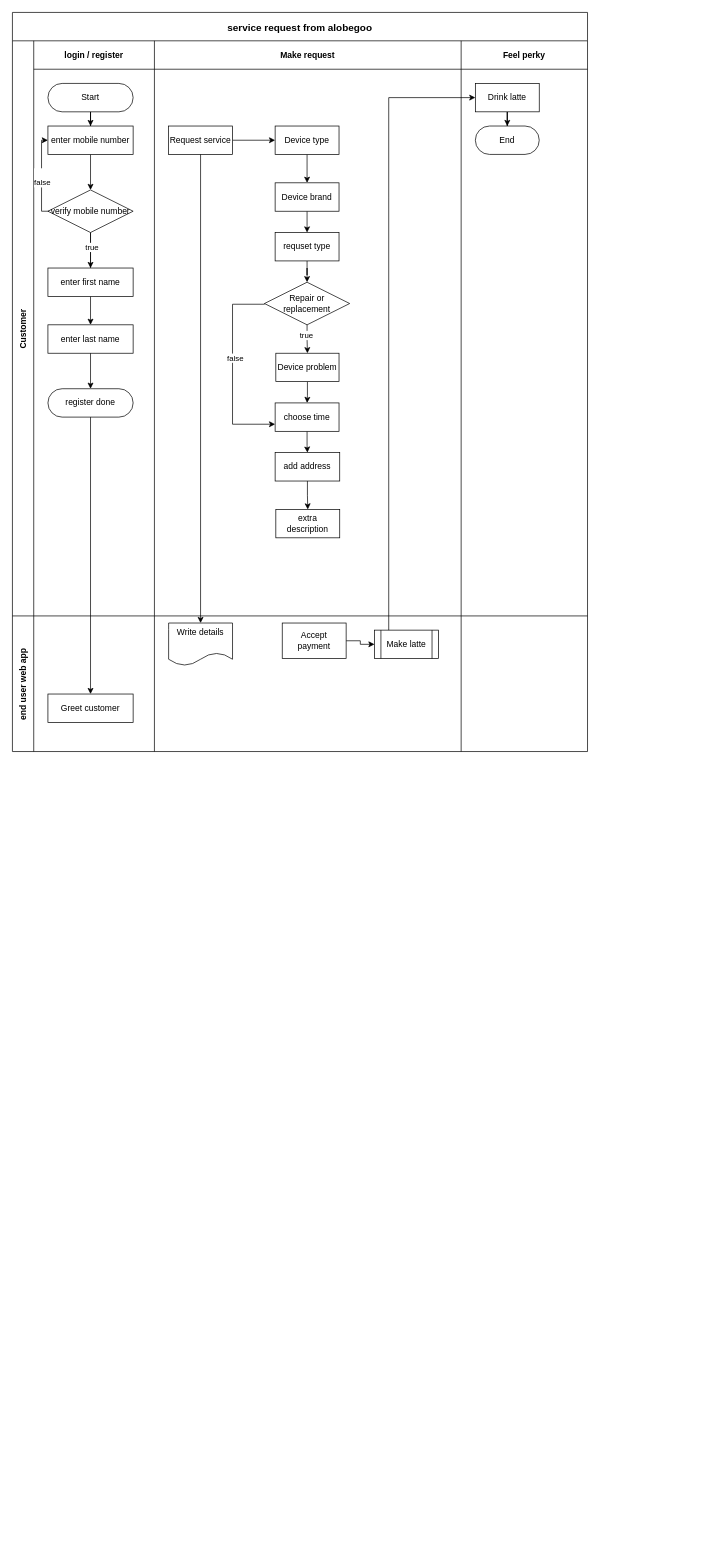
Before: Untitled Diagram.drawio in reyhanehSP/pwaTech, a draw.io diagram. Source tidied: cells renumbered, new cells numbered last; positions are measured from the earlier drawing's top-left corner, leaving out a move shared by most shapes. Both pictures are drawn from the tidied source at 71%, with x=0, y=0 at pixel (12, 12).
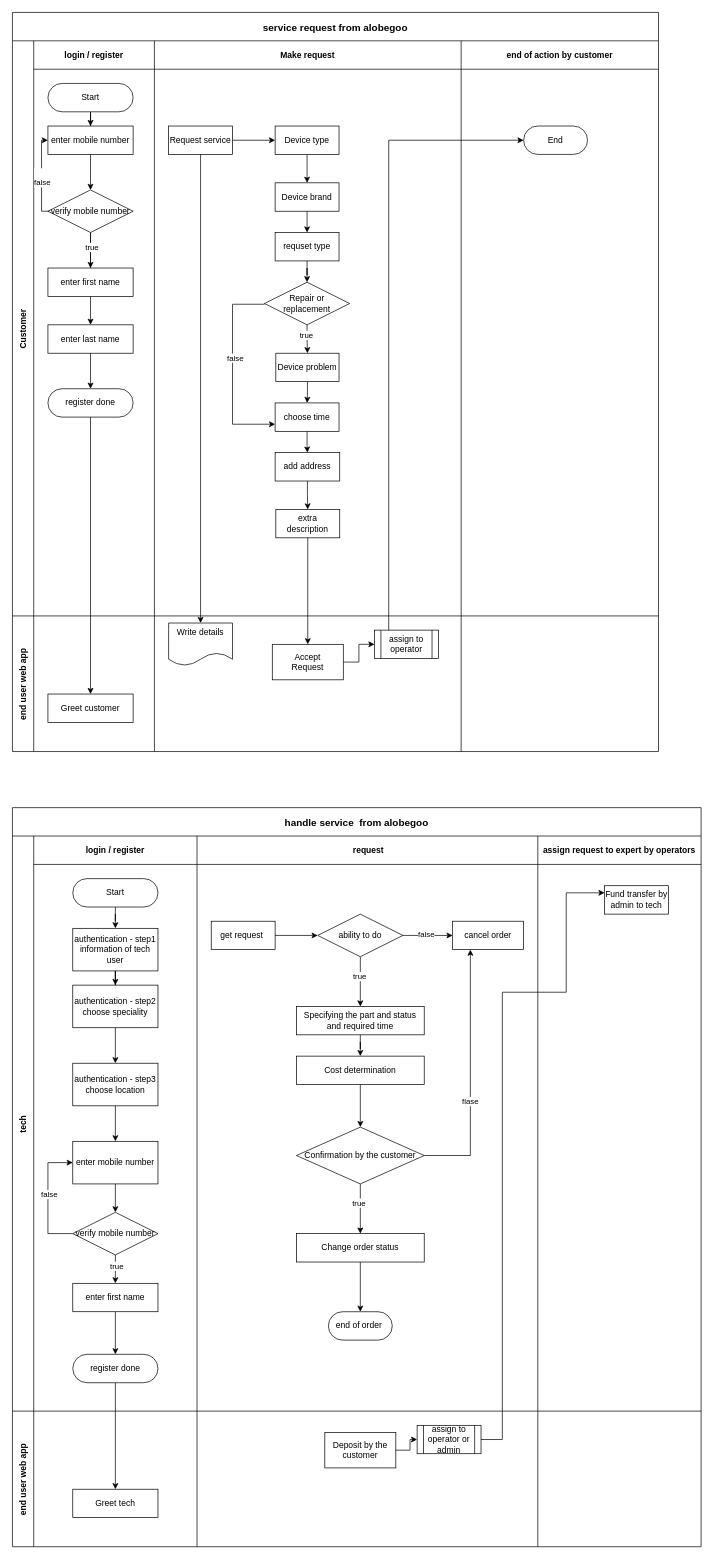
The same page after the edit.

Unchanged cells that the change refers to:
```xml
<mxCell id="39" value="extra description" style="whiteSpace=wrap;html=1;align=center;" parent="19" vertex="1">
  <mxGeometry x="171" y="660" width="90" height="40" as="geometry" />
</mxCell>
<mxCell id="47" style="swimlane;swimlaneHead=0;swimlaneBody=0;fillColor=none;startSize=0;fontStyle=1;" parent="44" vertex="1">
  <mxGeometry x="200" width="432" height="191" as="geometry" />
</mxCell>
```

Change to the diagram source:
```diff
@@
     <mxCell id="2" value="service request from alobegoo" style="shape=table;childLayout=tableLayout;startSize=40;fillColor=none;fontStyle=1;fontSize=14;" parent="1" vertex="1">
-      <mxGeometry width="810" height="1041" as="geometry" />
+      <mxGeometry width="910" height="1041" as="geometry" />
     </mxCell>
     <mxCell id="3" value="Customer" style="shape=tableRow;horizontal=0;swimlaneHead=0;swimlaneBody=0;top=0;left=0;bottom=0;right=0;fillColor=none;startSize=30;fontStyle=1;" parent="2" vertex="1">
-      <mxGeometry y="40" width="810" height="810" as="geometry" />
+      <mxGeometry y="40" width="910" height="810" as="geometry" />
     </mxCell>
@@
-    <mxCell id="40" value="Feel perky" style="swimlane;swimlaneHead=0;swimlaneBody=0;fillColor=none;startSize=40;fontStyle=1;" parent="3" vertex="1">
-      <mxGeometry x="632" width="178" height="810" as="geometry" />
+    <mxCell id="40" value="end of action by customer" style="swimlane;swimlaneHead=0;swimlaneBody=0;fillColor=none;startSize=40;fontStyle=1;" parent="3" vertex="1">
+      <mxGeometry x="632" width="278" height="810" as="geometry" />
     </mxCell>
-    <mxCell id="41" style="edgeStyle=orthogonalEdgeStyle;rounded=0;jettySize=auto;html=1;" parent="40" edge="1" source="42" target="43">
-      <mxGeometry relative="1" as="geometry" />
-    </mxCell>
-    <mxCell id="42" value="Drink latte" style="rounded=0;whiteSpace=wrap;html=1;" parent="40" vertex="1">
-      <mxGeometry x="20" y="60" width="90" height="40" as="geometry" />
-    </mxCell>
     <mxCell id="43" value="End" style="rounded=1;whiteSpace=wrap;html=1;arcSize=50;" parent="40" vertex="1">
-      <mxGeometry x="20" y="120" width="90" height="40" as="geometry" />
+      <mxGeometry x="88" y="120" width="90" height="40" as="geometry" />
     </mxCell>
     <mxCell id="44" value="end user web app" style="shape=tableRow;horizontal=0;swimlaneHead=0;swimlaneBody=0;top=0;left=0;bottom=0;right=0;fillColor=none;startSize=30;fontStyle=1;" parent="2" vertex="1">
-      <mxGeometry y="850" width="810" height="191" as="geometry" />
+      <mxGeometry y="850" width="910" height="191" as="geometry" />
     </mxCell>
@@
-    <mxCell id="49" value="Accept&lt;br&gt;payment" style="rounded=0;whiteSpace=wrap;html=1;" parent="47" vertex="1">
-      <mxGeometry x="180" y="10" width="90" height="50" as="geometry" />
+    <mxCell id="49" value="Accept&lt;br&gt;Request" style="rounded=0;whiteSpace=wrap;html=1;" parent="47" vertex="1">
+      <mxGeometry x="166" y="40" width="100" height="50" as="geometry" />
     </mxCell>
@@
-    <mxCell id="51" value="Make latte" style="shape=process;whiteSpace=wrap;html=1;backgroundOutline=1;" parent="47" vertex="1">
+    <mxCell id="51" value="assign to operator" style="shape=process;whiteSpace=wrap;html=1;backgroundOutline=1;" parent="47" vertex="1">
       <mxGeometry x="310" y="20" width="90" height="40" as="geometry" />
     </mxCell>
     <mxCell id="52" style="swimlane;swimlaneHead=0;swimlaneBody=0;fillColor=none;startSize=0;fontStyle=1;" parent="44" vertex="1">
-      <mxGeometry x="632" width="178" height="191" as="geometry" />
+      <mxGeometry x="632" width="278" height="191" as="geometry" />
     </mxCell>
@@
-    <mxCell id="54" style="edgeStyle=orthogonalEdgeStyle;rounded=0;jettySize=auto;html=1;" parent="2" edge="1" source="51" target="42">
+    <mxCell id="54" style="edgeStyle=orthogonalEdgeStyle;rounded=0;jettySize=auto;html=1;entryX=0;entryY=0.5;entryDx=0;entryDy=0;" parent="2" edge="1" source="51" target="43">
       <mxGeometry relative="1" as="geometry">
         <Array as="points">
-          <mxPoint x="530" y="260" />
-          <mxPoint x="530" y="120" />
+          <mxPoint x="530" y="180" />
         </Array>
       </mxGeometry>
     </mxCell>
@@
+    <mxCell id="56" style="edgeStyle=orthogonalEdgeStyle;rounded=0;jettySize=auto;html=1;entryX=0.5;entryY=0;entryDx=0;entryDy=0;" parent="2" edge="1" source="39" target="49">
+      <mxGeometry relative="1" as="geometry">
+        <Array as="points">
+          <mxPoint x="416" y="850" />
+          <mxPoint x="416" y="850" />
+        </Array>
+      </mxGeometry>
+    </mxCell>
+    <mxCell id="57" value="handle service  from alobegoo" style="shape=table;childLayout=tableLayout;startSize=40;fillColor=none;fontStyle=1;fontSize=14;" parent="1" vertex="1">
+      <mxGeometry y="1120" width="970" height="1041" as="geometry" />
+    </mxCell>
+    <mxCell id="58" value="tech" style="shape=tableRow;horizontal=0;swimlaneHead=0;swimlaneBody=0;top=0;left=0;bottom=0;right=0;fillColor=none;startSize=30;fontStyle=1;" parent="57" vertex="1">
+      <mxGeometry y="40" width="970" height="810" as="geometry" />
+    </mxCell>
+    <mxCell id="59" value="login / register" style="swimlane;swimlaneHead=0;swimlaneBody=0;fillColor=none;startSize=40;fontStyle=1;" parent="58" vertex="1">
+      <mxGeometry x="30" width="230" height="810" as="geometry" />
+    </mxCell>
+    <mxCell id="60" style="edgeStyle=orthogonalEdgeStyle;rounded=0;jettySize=auto;html=1;" parent="59" edge="1" source="61" target="63">
+      <mxGeometry relative="1" as="geometry" />
+    </mxCell>
+    <mxCell id="61" value="Start" style="rounded=1;whiteSpace=wrap;html=1;arcSize=50;" parent="59" vertex="1">
+      <mxGeometry x="55" y="60" width="120" height="40" as="geometry" />
+    </mxCell>
+    <mxCell id="62" style="edgeStyle=orthogonalEdgeStyle;rounded=0;jettySize=auto;html=1;" parent="59" edge="1" source="63" target="68">
+      <mxGeometry relative="1" as="geometry" />
+    </mxCell>
+    <mxCell id="63" value="authentication - step1&lt;div&gt;information of tech user&lt;/div&gt;" style="rounded=0;whiteSpace=wrap;html=1;" parent="59" vertex="1">
+      <mxGeometry x="55" y="130" width="120" height="60" as="geometry" />
+    </mxCell>
+    <mxCell id="64" style="edgeStyle=orthogonalEdgeStyle;rounded=0;jettySize=auto;html=1;" parent="59" edge="1" source="65" target="66">
+      <mxGeometry relative="1" as="geometry" />
+    </mxCell>
+    <mxCell id="65" value="enter first name" style="whiteSpace=wrap;html=1;rounded=0;" parent="59" vertex="1">
+      <mxGeometry x="55" y="630" width="120" height="40" as="geometry" />
+    </mxCell>
+    <mxCell id="66" value="register done" style="rounded=1;whiteSpace=wrap;html=1;arcSize=50;" parent="59" vertex="1">
+      <mxGeometry x="55" y="730" width="120" height="40" as="geometry" />
+    </mxCell>
+    <mxCell id="67" style="edgeStyle=orthogonalEdgeStyle;rounded=0;jettySize=auto;html=1;" parent="59" edge="1" source="68" target="70">
+      <mxGeometry relative="1" as="geometry" />
+    </mxCell>
+    <mxCell id="68" value="authentication - step2&lt;div&gt;choose speciality&lt;/div&gt;" style="rounded=0;whiteSpace=wrap;html=1;" parent="59" vertex="1">
+      <mxGeometry x="55" y="210" width="120" height="60" as="geometry" />
+    </mxCell>
+    <mxCell id="69" style="edgeStyle=orthogonalEdgeStyle;rounded=0;jettySize=auto;html=1;" parent="59" edge="1" source="70" target="72">
+      <mxGeometry relative="1" as="geometry" />
+    </mxCell>
+    <mxCell id="70" value="authentication - step3&lt;div&gt;choose location&lt;/div&gt;" style="rounded=0;whiteSpace=wrap;html=1;" parent="59" vertex="1">
+      <mxGeometry x="55" y="320" width="120" height="60" as="geometry" />
+    </mxCell>
+    <mxCell id="71" style="edgeStyle=orthogonalEdgeStyle;rounded=0;jettySize=auto;html=1;" parent="59" edge="1" source="72" target="77">
+      <mxGeometry relative="1" as="geometry" />
+    </mxCell>
+    <mxCell id="72" value="enter mobile number" style="rounded=0;whiteSpace=wrap;html=1;" parent="59" vertex="1">
+      <mxGeometry x="55" y="430" width="120" height="60" as="geometry" />
+    </mxCell>
+    <mxCell id="73" style="edgeStyle=orthogonalEdgeStyle;rounded=0;jettySize=auto;html=1;" parent="59" edge="1" source="77" target="65">
+      <mxGeometry relative="1" as="geometry" />
+    </mxCell>
+    <mxCell id="74" value="true" style="edgeLabel;html=1;align=center;verticalAlign=middle;" parent="73" vertex="1">
+      <mxGeometry x="-0.25" y="1" relative="1" as="geometry" />
+    </mxCell>
+    <mxCell id="75" style="edgeStyle=orthogonalEdgeStyle;rounded=0;jettySize=auto;html=1;" parent="59" edge="1" source="77">
+      <mxGeometry relative="1" as="geometry">
+        <mxPoint x="55" y="460" as="targetPoint" />
+        <Array as="points">
+          <mxPoint x="20" y="560" />
+          <mxPoint x="20" y="460" />
+          <mxPoint x="55" y="460" />
+        </Array>
+      </mxGeometry>
+    </mxCell>
+    <mxCell id="76" value="false" style="edgeLabel;html=1;align=center;verticalAlign=middle;" parent="75" vertex="1">
+      <mxGeometry x="0.07" y="-1" relative="1" as="geometry" />
+    </mxCell>
+    <mxCell id="77" value="verify mobile number" style="shape=rhombus;perimeter=rhombusPerimeter;whiteSpace=wrap;html=1;align=center;" parent="59" vertex="1">
+      <mxGeometry x="55" y="530" width="120" height="60" as="geometry" />
+    </mxCell>
+    <mxCell id="78" value=" request" style="swimlane;swimlaneHead=0;swimlaneBody=0;fillColor=none;startSize=40;fontStyle=1;" parent="58" vertex="1">
+      <mxGeometry x="260" width="480" height="810" as="geometry" />
+    </mxCell>
+    <mxCell id="79" style="edgeStyle=orthogonalEdgeStyle;rounded=0;jettySize=auto;html=1;" parent="78" edge="1" source="89" target="83">
+      <mxGeometry relative="1" as="geometry" />
+    </mxCell>
+    <mxCell id="80" value="true" style="edgeLabel;html=1;align=center;verticalAlign=middle;" parent="79" vertex="1">
+      <mxGeometry x="-0.23" y="-2" relative="1" as="geometry" />
+    </mxCell>
+    <mxCell id="81" value="get request&amp;nbsp;" style="rounded=0;whiteSpace=wrap;html=1;" parent="78" vertex="1">
+      <mxGeometry x="20" y="120" width="90" height="40" as="geometry" />
+    </mxCell>
+    <mxCell id="82" style="edgeStyle=orthogonalEdgeStyle;rounded=0;jettySize=auto;html=1;" parent="78" edge="1" source="83" target="85">
+      <mxGeometry relative="1" as="geometry" />
+    </mxCell>
+    <mxCell id="83" value="Specifying the part and status and required time" style="rounded=0;whiteSpace=wrap;html=1;" parent="78" vertex="1">
+      <mxGeometry x="140" y="240" width="180" height="40" as="geometry" />
+    </mxCell>
+    <mxCell id="84" style="edgeStyle=orthogonalEdgeStyle;rounded=0;jettySize=auto;html=1;" parent="78" edge="1" source="85" target="95">
+      <mxGeometry relative="1" as="geometry" />
+    </mxCell>
+    <mxCell id="85" value="Cost determination" style="rounded=0;whiteSpace=wrap;html=1;" parent="78" vertex="1">
+      <mxGeometry x="140" y="310" width="180" height="40" as="geometry" />
+    </mxCell>
+    <mxCell id="86" style="edgeStyle=orthogonalEdgeStyle;rounded=0;jettySize=auto;html=1;" parent="78" edge="1" source="81" target="89">
+      <mxGeometry relative="1" as="geometry" />
+    </mxCell>
+    <mxCell id="87" style="edgeStyle=orthogonalEdgeStyle;rounded=0;jettySize=auto;html=1;" parent="78" edge="1" source="89" target="90">
+      <mxGeometry relative="1" as="geometry" />
+    </mxCell>
+    <mxCell id="88" value="false" style="edgeLabel;html=1;align=center;verticalAlign=middle;" parent="87" vertex="1">
+      <mxGeometry x="-0.09" y="2" relative="1" as="geometry" />
+    </mxCell>
+    <mxCell id="89" value="ability to do" style="shape=rhombus;perimeter=rhombusPerimeter;whiteSpace=wrap;html=1;align=center;" parent="78" vertex="1">
+      <mxGeometry x="170" y="110" width="120" height="60" as="geometry" />
+    </mxCell>
+    <mxCell id="90" value="cancel order" style="rounded=0;whiteSpace=wrap;html=1;" parent="78" vertex="1">
+      <mxGeometry x="360" y="120" width="100" height="40" as="geometry" />
+    </mxCell>
+    <mxCell id="91" style="edgeStyle=orthogonalEdgeStyle;rounded=0;jettySize=auto;html=1;entryX=0.25;entryY=1;entryDx=0;entryDy=0;" parent="78" edge="1" source="95" target="90">
+      <mxGeometry relative="1" as="geometry" />
+    </mxCell>
+    <mxCell id="92" value="flase" style="edgeLabel;html=1;align=center;verticalAlign=middle;" parent="91" vertex="1">
+      <mxGeometry x="-0.2" y="1" relative="1" as="geometry" />
+    </mxCell>
+    <mxCell id="93" style="edgeStyle=orthogonalEdgeStyle;rounded=0;jettySize=auto;html=1;" parent="78" edge="1" source="95" target="97">
+      <mxGeometry relative="1" as="geometry" />
+    </mxCell>
+    <mxCell id="94" value="true" style="edgeLabel;html=1;align=center;verticalAlign=middle;" parent="93" vertex="1">
+      <mxGeometry x="-0.26" y="-3" relative="1" as="geometry" />
+    </mxCell>
+    <mxCell id="95" value="Confirmation by the customer" style="rhombus;whiteSpace=wrap;html=1;rounded=0;" parent="78" vertex="1">
+      <mxGeometry x="140" y="410" width="180" height="80" as="geometry" />
+    </mxCell>
+    <mxCell id="96" style="edgeStyle=orthogonalEdgeStyle;rounded=0;jettySize=auto;html=1;" parent="78" edge="1" source="97" target="98">
+      <mxGeometry relative="1" as="geometry" />
+    </mxCell>
+    <mxCell id="97" value="Change order status" style="rounded=0;whiteSpace=wrap;html=1;" parent="78" vertex="1">
+      <mxGeometry x="140" y="560" width="180" height="40" as="geometry" />
+    </mxCell>
+    <mxCell id="98" value="end of order&amp;nbsp;" style="rounded=1;whiteSpace=wrap;html=1;arcSize=50;" parent="78" vertex="1">
+      <mxGeometry x="185" y="670" width="90" height="40" as="geometry" />
+    </mxCell>
+    <mxCell id="99" value="assign request to expert by operators" style="swimlane;swimlaneHead=0;swimlaneBody=0;fillColor=none;startSize=40;fontStyle=1;" parent="58" vertex="1">
+      <mxGeometry x="740" width="230" height="810" as="geometry" />
+    </mxCell>
+    <mxCell id="100" value="Fund transfer by admin to tech" style="rounded=0;whiteSpace=wrap;html=1;" parent="99" vertex="1">
+      <mxGeometry x="94" y="70" width="90" height="40" as="geometry" />
+    </mxCell>
+    <mxCell id="101" value="end user web app" style="shape=tableRow;horizontal=0;swimlaneHead=0;swimlaneBody=0;top=0;left=0;bottom=0;right=0;fillColor=none;startSize=30;fontStyle=1;" parent="57" vertex="1">
+      <mxGeometry y="850" width="970" height="191" as="geometry" />
+    </mxCell>
+    <mxCell id="102" style="swimlane;swimlaneHead=0;swimlaneBody=0;fillColor=none;startSize=0;fontStyle=1;" parent="101" vertex="1">
+      <mxGeometry x="30" width="230" height="191" as="geometry" />
+    </mxCell>
+    <mxCell id="103" value="Greet tech" style="rounded=0;whiteSpace=wrap;html=1;" parent="102" vertex="1">
+      <mxGeometry x="55" y="110" width="120" height="40" as="geometry" />
+    </mxCell>
+    <mxCell id="104" style="swimlane;swimlaneHead=0;swimlaneBody=0;fillColor=none;startSize=0;fontStyle=1;" parent="101" vertex="1">
+      <mxGeometry x="260" width="480" height="191" as="geometry" />
+    </mxCell>
+    <mxCell id="105" value="assign to operator or admin" style="shape=process;whiteSpace=wrap;html=1;backgroundOutline=1;" parent="104" vertex="1">
+      <mxGeometry x="310" y="20" width="90" height="40" as="geometry" />
+    </mxCell>
+    <mxCell id="106" value="Deposit by the customer" style="rounded=0;whiteSpace=wrap;html=1;" parent="104" vertex="1">
+      <mxGeometry x="180" y="30" width="100" height="50" as="geometry" />
+    </mxCell>
+    <mxCell id="107" style="edgeStyle=orthogonalEdgeStyle;rounded=0;jettySize=auto;html=1;" parent="104" edge="1" source="106" target="105">
+      <mxGeometry relative="1" as="geometry" />
+    </mxCell>
+    <mxCell id="108" style="swimlane;swimlaneHead=0;swimlaneBody=0;fillColor=none;startSize=0;fontStyle=1;" parent="101" vertex="1">
+      <mxGeometry x="740" width="230" height="191" as="geometry" />
+    </mxCell>
+    <mxCell id="109" style="edgeStyle=orthogonalEdgeStyle;rounded=0;jettySize=auto;html=1;" parent="57" edge="1" source="105" target="100">
+      <mxGeometry relative="1" as="geometry">
+        <Array as="points">
+          <mxPoint x="690" y="890" />
+          <mxPoint x="690" y="260" />
+          <mxPoint x="780" y="260" />
+          <mxPoint x="780" y="120" />
+        </Array>
+      </mxGeometry>
+    </mxCell>
+    <mxCell id="110" style="edgeStyle=orthogonalEdgeStyle;rounded=0;jettySize=auto;html=1;" parent="57" edge="1" source="66" target="103">
+      <mxGeometry relative="1" as="geometry" />
+    </mxCell>
```
